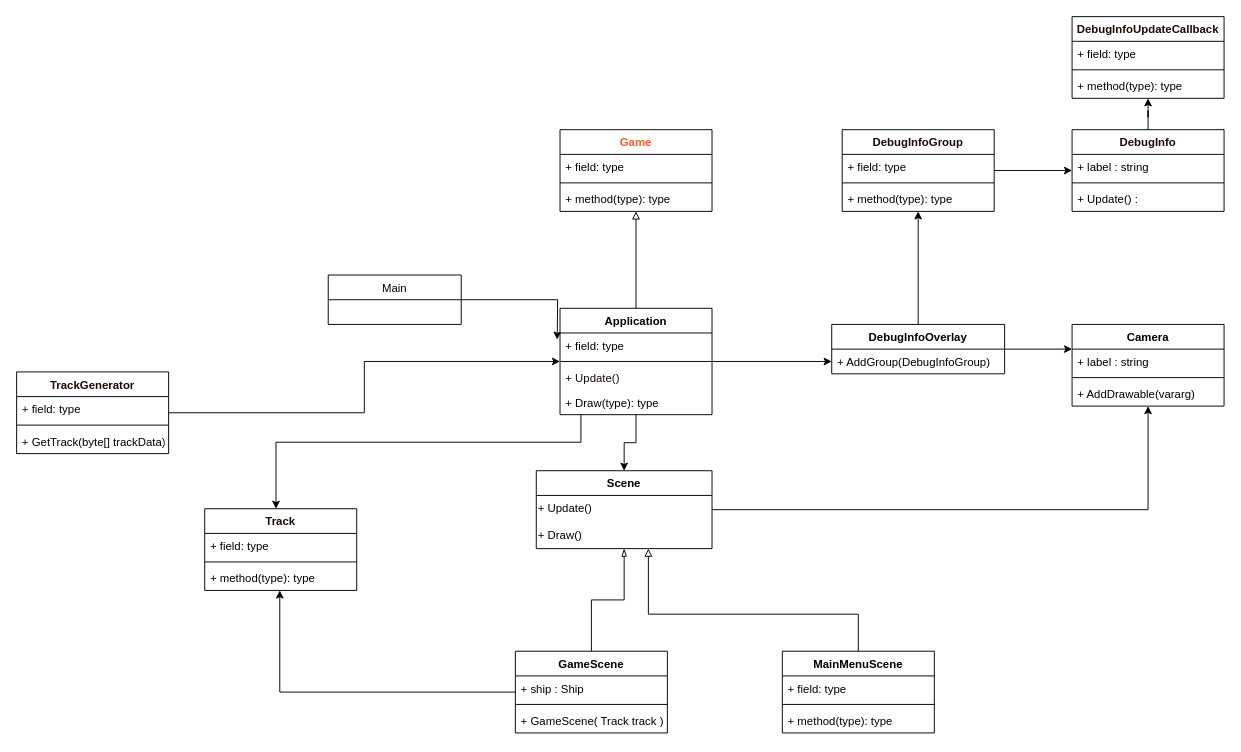
Before: deepflight_classdiagram.drawio in maltebp/DeepFlightGame, a draw.io diagram. Source tidied: cells renumbered, new cells numbered last; positions are measured from the earlier drawing's top-left corner, leaving out a move shared by most shapes. Both pictures are drawn from the tidied source at 95%, with x=0, y=0 at pixel (16, 16).
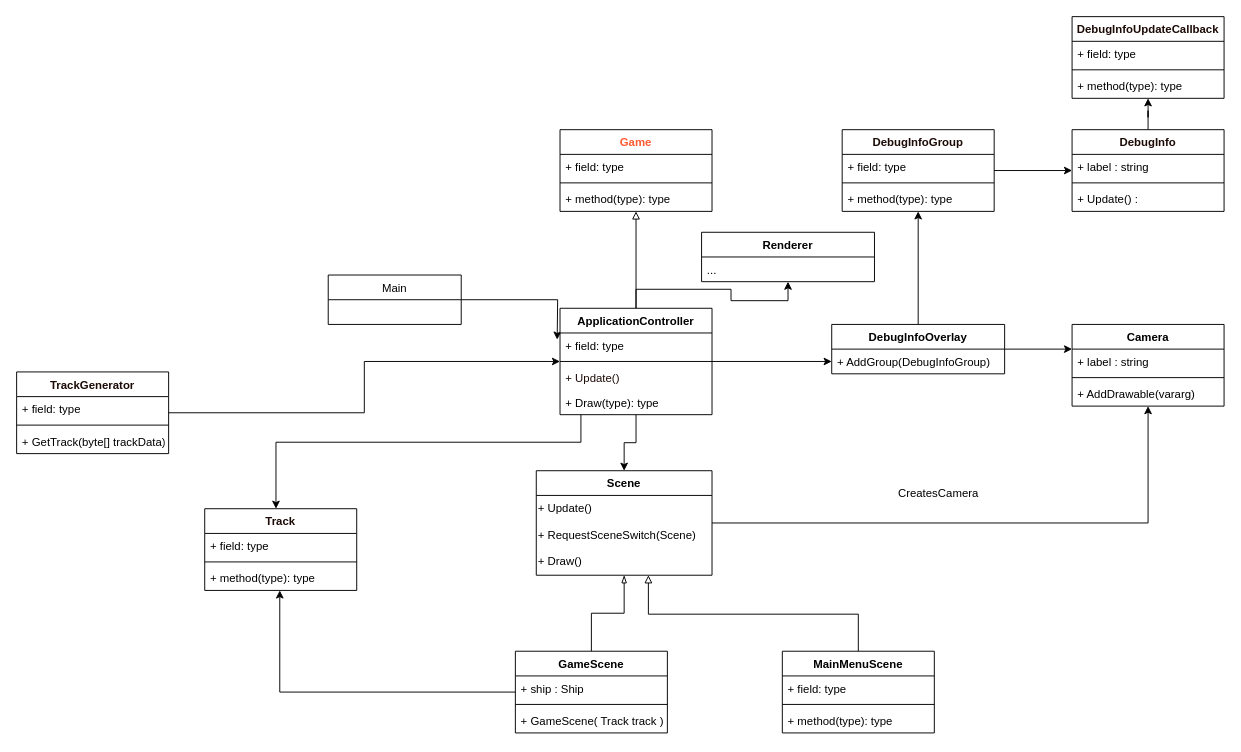
After the change.

The edit, as a diff of the source:
```diff
@@
+    <mxCell id="63" style="edgeStyle=orthogonalEdgeStyle;rounded=0;jettySize=auto;html=1;" parent="1" edge="1" source="9" target="65">
+      <mxGeometry relative="1" as="geometry" />
+    </mxCell>
-    <mxCell id="9" value="Application" style="swimlane;fontStyle=1;align=center;verticalAlign=top;horizontal=1;startSize=26;" parent="1" vertex="1">
+    <mxCell id="9" value="ApplicationController" style="swimlane;fontStyle=1;align=center;verticalAlign=top;horizontal=1;startSize=26;" parent="1" vertex="1">
       <mxGeometry x="572" y="307" width="160" height="112" as="geometry" />
     </mxCell>
@@
     <mxCell id="15" value="Scene" style="swimlane;fontStyle=1;align=center;verticalAlign=top;horizontal=1;startSize=26;" parent="1" vertex="1">
-      <mxGeometry x="547" y="478" width="185" height="82" as="geometry" />
+      <mxGeometry x="547" y="478" width="185" height="110" as="geometry" />
     </mxCell>
+    <mxCell id="64" value="+ Update()" style="text;html=1;" parent="15" vertex="1">
+      <mxGeometry y="26" width="185" height="28" as="geometry" />
+    </mxCell>
-    <mxCell id="16" value="+ Update()" style="text;html=1;" parent="15" vertex="1">
-      <mxGeometry y="26" width="185" height="28" as="geometry" />
+    <mxCell id="16" value="+ RequestSceneSwitch(Scene)" style="text;html=1;" parent="15" vertex="1">
+      <mxGeometry y="54" width="185" height="28" as="geometry" />
     </mxCell>
     <mxCell id="17" value="+ Draw()" style="text;html=1;" parent="15" vertex="1">
-      <mxGeometry y="54" width="185" height="28" as="geometry" />
+      <mxGeometry y="82" width="185" height="28" as="geometry" />
     </mxCell>
@@
+    <mxCell id="65" value="Renderer" style="swimlane;fontStyle=1;align=center;verticalAlign=top;horizontal=1;startSize=26;" parent="1" vertex="1">
+      <mxGeometry x="721" y="227" width="182" height="52" as="geometry" />
+    </mxCell>
+    <mxCell id="66" value="..." style="text;strokeColor=none;fillColor=none;align=left;verticalAlign=top;spacingLeft=4;spacingRight=4;overflow=hidden;" parent="65" vertex="1">
+      <mxGeometry y="26" width="182" height="26" as="geometry" />
+    </mxCell>
+    <mxCell id="67" value="CreatesCamera" style="text;html=1;align=center;verticalAlign=middle;" parent="1" vertex="1">
+      <mxGeometry x="922" y="493" width="95" height="18" as="geometry" />
+    </mxCell>
```
